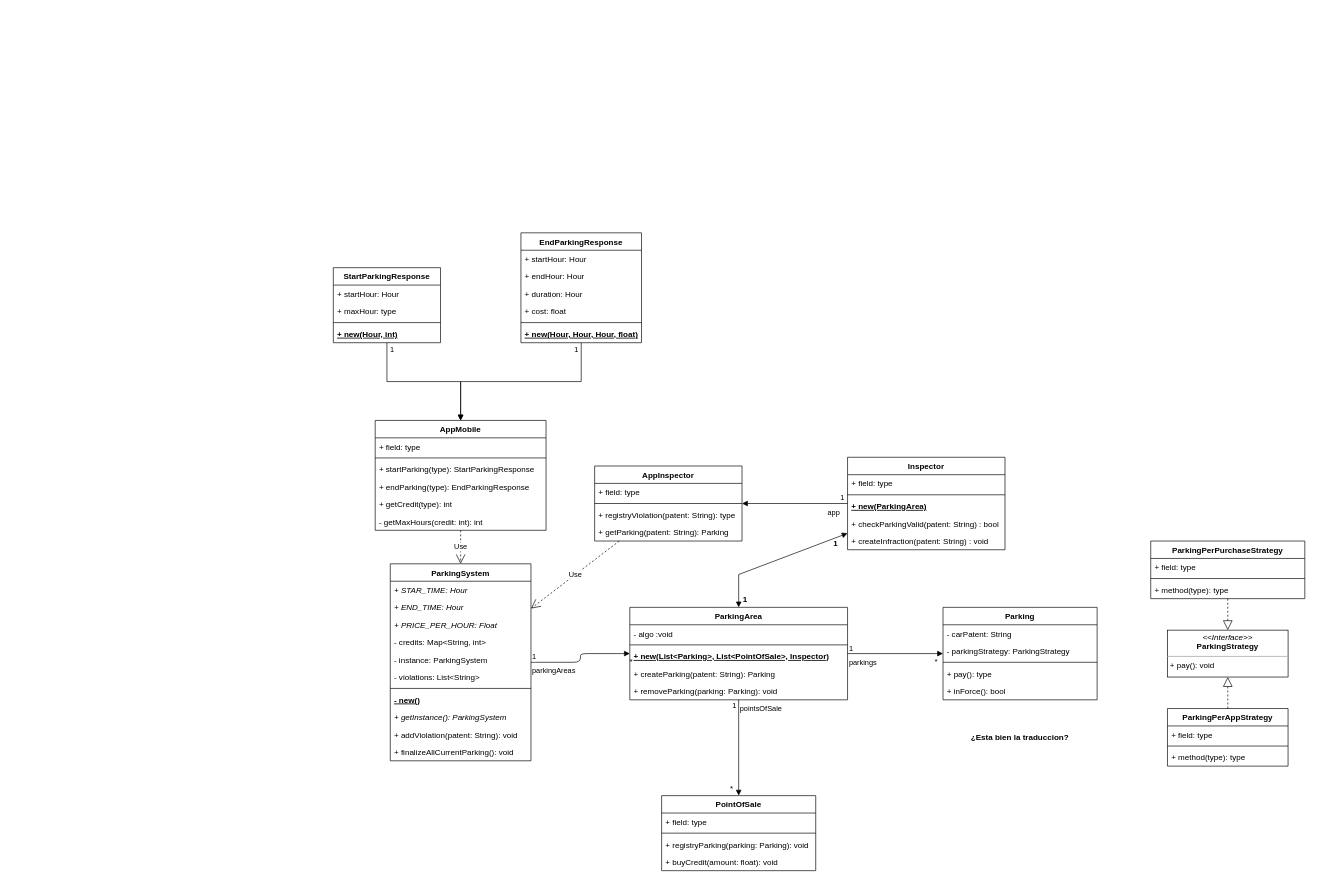
ramirez7358/tp-final-obj-2 keeps this draw.io diagram as tp-final.drawio. Above is the earlier version. Source tidied: cells renumbered, new cells numbered last; positions are measured from the earlier drawing's top-left corner, leaving out a move shared by most shapes. Both pictures are drawn from the tidied source at 67%, with x=0, y=0 at pixel (333, 232).
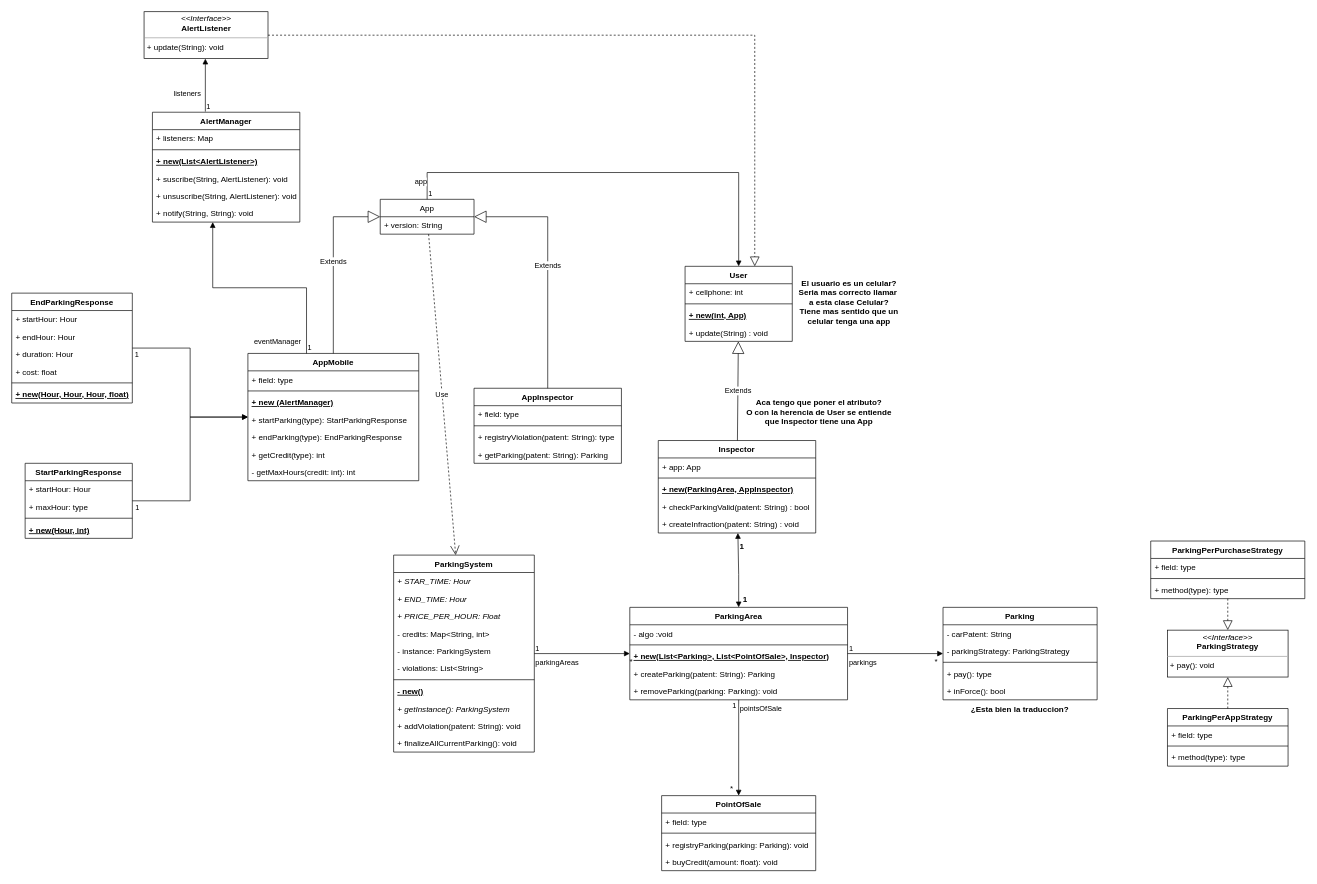
After the change.

Commit message:
SE AGREGA EL PUNTO DE ASISTENCIA AL USUARIO

Implemente el patron observer para las alertas de inicio y fin de estacionamiento. Deje algunas consultas como para despues discutirlas y tomar una decision. Tambien sigo teniendo algunas dudas con respecto a que flechas usar en algunas relaciones.

Unchanged cells that the change refers to:
```xml
<mxCell id="72" style="endArrow=block;endFill=1;html=1;edgeStyle=orthogonalEdgeStyle;align=left;verticalAlign=top;rounded=0;" parent="1" edge="1" source="63" target="51">
  <mxGeometry x="-0.9" y="-60" relative="1" as="geometry" />
</mxCell>
```

The edit, as a diff of the source:
```diff
@@
     <mxCell id="2" value="ParkingSystem" style="swimlane;fontStyle=1;align=center;verticalAlign=top;horizontal=1;startSize=26;" parent="1" vertex="1">
-      <mxGeometry x="85" y="494" width="210" height="294" as="geometry" />
+      <mxGeometry x="90" y="481" width="210" height="294" as="geometry" />
     </mxCell>
@@
     <mxCell id="51" value="AppMobile" style="swimlane;fontStyle=1;align=center;verticalAlign=top;horizontal=1;startSize=26;" parent="1" vertex="1">
-      <mxGeometry x="62.5" y="280" width="255" height="164" as="geometry" />
+      <mxGeometry x="-127.5" y="180" width="255" height="190" as="geometry" />
     </mxCell>
@@
+    <mxCell id="93" value="+ new (AlertManager)" style="text;strokeColor=none;fillColor=none;align=left;verticalAlign=top;spacingLeft=4;spacingRight=4;overflow=hidden;fontStyle=5;" parent="51" vertex="1">
+      <mxGeometry y="60" width="255" height="26" as="geometry" />
+    </mxCell>
     <mxCell id="54" value="+ startParking(type): StartParkingResponse" style="text;strokeColor=none;fillColor=none;align=left;verticalAlign=top;spacingLeft=4;spacingRight=4;overflow=hidden;" parent="51" vertex="1">
-      <mxGeometry y="60" width="255" height="26" as="geometry" />
+      <mxGeometry y="86" width="255" height="26" as="geometry" />
     </mxCell>
     <mxCell id="55" value="+ endParking(type): EndParkingResponse" style="text;strokeColor=none;fillColor=none;align=left;verticalAlign=top;spacingLeft=4;spacingRight=4;overflow=hidden;" parent="51" vertex="1">
-      <mxGeometry y="86" width="255" height="26" as="geometry" />
+      <mxGeometry y="112" width="255" height="26" as="geometry" />
     </mxCell>
     <mxCell id="56" value="+ getCredit(type): int" style="text;strokeColor=none;fillColor=none;align=left;verticalAlign=top;spacingLeft=4;spacingRight=4;overflow=hidden;" parent="51" vertex="1">
-      <mxGeometry y="112" width="255" height="26" as="geometry" />
+      <mxGeometry y="138" width="255" height="26" as="geometry" />
     </mxCell>
     <mxCell id="57" value="- getMaxHours(credit: int): int" style="text;strokeColor=none;fillColor=none;align=left;verticalAlign=top;spacingLeft=4;spacingRight=4;overflow=hidden;" parent="51" vertex="1">
-      <mxGeometry y="138" width="255" height="26" as="geometry" />
+      <mxGeometry y="164" width="255" height="26" as="geometry" />
     </mxCell>
     <mxCell id="58" value="StartParkingResponse" style="swimlane;fontStyle=1;align=center;verticalAlign=top;horizontal=1;startSize=26;" parent="1" vertex="1">
-      <mxGeometry y="52" width="160" height="112" as="geometry" />
+      <mxGeometry x="-460" y="344" width="160" height="112" as="geometry" />
     </mxCell>
@@
     <mxCell id="63" value="EndParkingResponse" style="swimlane;fontStyle=1;align=center;verticalAlign=top;horizontal=1;startSize=26;" parent="1" vertex="1">
-      <mxGeometry x="280" width="180" height="164" as="geometry" />
+      <mxGeometry x="-480" y="90" width="180" height="164" as="geometry" />
     </mxCell>
@@
     <mxCell id="73" value="1" style="edgeLabel;html=1;align=left;verticalAlign=bottom;" parent="72" vertex="1">
       <mxGeometry x="-1" relative="1" as="geometry">
-        <mxPoint x="-12" y="18" as="offset" />
+        <mxPoint x="2" y="18" as="offset" />
       </mxGeometry>
     </mxCell>
     <mxCell id="74" value="Inspector" style="swimlane;fontStyle=1;align=center;verticalAlign=top;horizontal=1;startSize=26;" parent="1" vertex="1">
-      <mxGeometry x="767.5" y="335" width="235" height="138" as="geometry" />
+      <mxGeometry x="485" y="310" width="235" height="138" as="geometry" />
     </mxCell>
-    <mxCell id="75" value="+ field: type" style="text;strokeColor=none;fillColor=none;align=left;verticalAlign=top;spacingLeft=4;spacingRight=4;overflow=hidden;" parent="74" vertex="1">
+    <mxCell id="75" value="+ app: App" style="text;strokeColor=none;fillColor=none;align=left;verticalAlign=top;spacingLeft=4;spacingRight=4;overflow=hidden;" parent="74" vertex="1">
       <mxGeometry y="26" width="235" height="26" as="geometry" />
     </mxCell>
@@
-    <mxCell id="77" value="+ new(ParkingArea)" style="text;strokeColor=none;fillColor=none;align=left;verticalAlign=top;spacingLeft=4;spacingRight=4;overflow=hidden;fontStyle=5;" parent="74" vertex="1">
+    <mxCell id="77" value="+ new(ParkingArea, AppInspector)" style="text;strokeColor=none;fillColor=none;align=left;verticalAlign=top;spacingLeft=4;spacingRight=4;overflow=hidden;fontStyle=5;" parent="74" vertex="1">
       <mxGeometry y="60" width="235" height="26" as="geometry" />
     </mxCell>
@@
-    <mxCell id="81" value="Use" style="endArrow=open;endSize=12;dashed=1;html=1;rounded=0;" parent="1" edge="1" source="51" target="2">
-      <mxGeometry relative="1" as="geometry" />
-    </mxCell>
     <mxCell id="82" value="1" style="text;align=center;fontStyle=1;verticalAlign=middle;spacingLeft=3;spacingRight=3;strokeColor=none;" parent="1" vertex="1">
-      <mxGeometry x="710" y="450" width="80" height="26" as="geometry" />
+      <mxGeometry x="570" y="455" width="80" height="26" as="geometry" />
     </mxCell>
@@
     <mxCell id="84" value="¿Esta bien la traduccion?" style="text;align=center;fontStyle=1;verticalAlign=middle;spacingLeft=3;spacingRight=3;strokeColor=none;" parent="1" vertex="1">
-      <mxGeometry x="985" y="740" width="80" height="26" as="geometry" />
+      <mxGeometry x="985" y="697" width="80" height="26" as="geometry" />
     </mxCell>
     <mxCell id="85" value="AppInspector" style="swimlane;fontStyle=1;align=center;verticalAlign=top;horizontal=1;startSize=26;" parent="1" vertex="1">
-      <mxGeometry x="390" y="348" width="220" height="112" as="geometry" />
+      <mxGeometry x="210" y="232" width="220" height="112" as="geometry" />
     </mxCell>
@@
-    <mxCell id="90" value="Use" style="endArrow=open;endSize=12;dashed=1;html=1;rounded=0;" parent="1" edge="1" source="85" target="2">
-      <mxGeometry relative="1" as="geometry" />
-    </mxCell>
+    <mxCell id="94" value="User" style="swimlane;fontStyle=1;align=center;verticalAlign=top;horizontal=1;startSize=26;" parent="1" vertex="1">
+      <mxGeometry x="525" y="50" width="160" height="112" as="geometry" />
+    </mxCell>
+    <mxCell id="95" value="+ cellphone: int" style="text;strokeColor=none;fillColor=none;align=left;verticalAlign=top;spacingLeft=4;spacingRight=4;overflow=hidden;" parent="94" vertex="1">
+      <mxGeometry y="26" width="160" height="26" as="geometry" />
+    </mxCell>
+    <mxCell id="96" style="line;strokeWidth=1;fillColor=none;align=left;verticalAlign=middle;spacingTop=-1;spacingLeft=3;spacingRight=3;labelPosition=right;" parent="94" vertex="1">
+      <mxGeometry y="52" width="160" height="8" as="geometry" />
+    </mxCell>
+    <mxCell id="97" value="+ new(int, App)" style="text;strokeColor=none;fillColor=none;align=left;verticalAlign=top;spacingLeft=4;spacingRight=4;overflow=hidden;fontStyle=5;" parent="94" vertex="1">
+      <mxGeometry y="60" width="160" height="26" as="geometry" />
+    </mxCell>
+    <mxCell id="98" value="+ update(String) : void" style="text;strokeColor=none;fillColor=none;align=left;verticalAlign=top;spacingLeft=4;spacingRight=4;overflow=hidden;fontStyle=0;" parent="94" vertex="1">
+      <mxGeometry y="86" width="160" height="26" as="geometry" />
+    </mxCell>
+    <mxCell id="99" value="App" style="swimlane;fontStyle=0;horizontal=1;startSize=26;fillColor=none;" parent="1" vertex="1">
+      <mxGeometry x="70" y="-50" width="140" height="52" as="geometry" />
+    </mxCell>
+    <mxCell id="100" value="+ version: String" style="text;strokeColor=none;fillColor=none;align=left;verticalAlign=top;spacingLeft=4;spacingRight=4;overflow=hidden;" parent="99" vertex="1">
+      <mxGeometry y="26" width="140" height="26" as="geometry" />
+    </mxCell>
+    <mxCell id="101" value="Extends" style="endArrow=block;endSize=16;endFill=0;html=1;rounded=0;" parent="1" edge="1" source="85" target="99">
+      <mxGeometry relative="1" as="geometry">
+        <Array as="points">
+          <mxPoint x="320" y="-24" />
+        </Array>
+      </mxGeometry>
+    </mxCell>
+    <mxCell id="102" value="Extends" style="endArrow=block;endSize=16;endFill=0;html=1;rounded=0;" parent="1" edge="1" source="51" target="99">
+      <mxGeometry relative="1" as="geometry">
+        <Array as="points">
+          <mxPoint y="-24" />
+        </Array>
+      </mxGeometry>
+    </mxCell>
-    <mxCell id="91" value="app" style="endArrow=block;endFill=1;html=1;edgeStyle=orthogonalEdgeStyle;align=left;verticalAlign=top;rounded=0;" parent="1" edge="1" source="74" target="85">
-      <mxGeometry x="-0.6" relative="1" as="geometry" />
+    <mxCell id="91" value="app" style="endArrow=block;endFill=1;html=1;edgeStyle=orthogonalEdgeStyle;align=left;verticalAlign=top;rounded=0;" parent="1" edge="1" source="99" target="94">
+      <mxGeometry x="-0.88" y="20" relative="1" as="geometry">
+        <Array as="points">
+          <mxPoint x="140" y="-90" />
+          <mxPoint x="605" y="-90" />
+        </Array>
+      </mxGeometry>
     </mxCell>
-    <mxCell id="92" value="1" style="edgeLabel;html=1;align=left;verticalAlign=bottom;" parent="91" vertex="1">
-      <mxGeometry x="-1" relative="1" as="geometry">
-        <mxPoint x="-13" as="offset" />
-      </mxGeometry>
-    </mxCell>
+    <mxCell id="103" value="1" style="edgeLabel;html=1;align=left;verticalAlign=bottom;" parent="91" vertex="1">
+      <mxGeometry x="-1" relative="1" as="geometry" />
+    </mxCell>
+    <mxCell id="104" value="Use" style="endArrow=open;endSize=12;dashed=1;html=1;rounded=0;" parent="1" edge="1" source="99" target="2">
+      <mxGeometry relative="1" as="geometry" />
+    </mxCell>
+    <mxCell id="105" value="Extends" style="endArrow=block;endSize=16;endFill=0;html=1;rounded=0;" parent="1" edge="1" source="74" target="94">
+      <mxGeometry relative="1" as="geometry" />
+    </mxCell>
+    <mxCell id="106" value="Aca tengo que poner el atributo? &#10;O con la herencia de User se entiende &#10;que Inspector tiene una App" style="text;align=center;fontStyle=1;verticalAlign=middle;spacingLeft=3;spacingRight=3;strokeColor=none;" parent="1" vertex="1">
+      <mxGeometry x="685" y="254" width="80" height="26" as="geometry" />
+    </mxCell>
+    <mxCell id="107" value="AlertManager" style="swimlane;fontStyle=1;align=center;verticalAlign=top;horizontal=1;startSize=26;" parent="1" vertex="1">
+      <mxGeometry x="-270" y="-180" width="220" height="164" as="geometry" />
+    </mxCell>
+    <mxCell id="108" value="+ listeners: Map" style="text;strokeColor=none;fillColor=none;align=left;verticalAlign=top;spacingLeft=4;spacingRight=4;overflow=hidden;" parent="107" vertex="1">
+      <mxGeometry y="26" width="220" height="26" as="geometry" />
+    </mxCell>
+    <mxCell id="109" style="line;strokeWidth=1;fillColor=none;align=left;verticalAlign=middle;spacingTop=-1;spacingLeft=3;spacingRight=3;labelPosition=right;" parent="107" vertex="1">
+      <mxGeometry y="52" width="220" height="8" as="geometry" />
+    </mxCell>
+    <mxCell id="110" value="+ new(List&lt;AlertListener&gt;)" style="text;strokeColor=none;fillColor=none;align=left;verticalAlign=top;spacingLeft=4;spacingRight=4;overflow=hidden;fontStyle=5;" parent="107" vertex="1">
+      <mxGeometry y="60" width="220" height="26" as="geometry" />
+    </mxCell>
+    <mxCell id="111" value="+ suscribe(String, AlertListener): void" style="text;strokeColor=none;fillColor=none;align=left;verticalAlign=top;spacingLeft=4;spacingRight=4;overflow=hidden;" parent="107" vertex="1">
+      <mxGeometry y="86" width="220" height="26" as="geometry" />
+    </mxCell>
+    <mxCell id="112" value="+ unsuscribe(String, AlertListener): void" style="text;strokeColor=none;fillColor=none;align=left;verticalAlign=top;spacingLeft=4;spacingRight=4;overflow=hidden;" parent="107" vertex="1">
+      <mxGeometry y="112" width="220" height="26" as="geometry" />
+    </mxCell>
+    <mxCell id="113" value="+ notify(String, String): void" style="text;strokeColor=none;fillColor=none;align=left;verticalAlign=top;spacingLeft=4;spacingRight=4;overflow=hidden;" parent="107" vertex="1">
+      <mxGeometry y="138" width="220" height="26" as="geometry" />
+    </mxCell>
+    <mxCell id="114" value="&lt;p style=&quot;margin: 0px ; margin-top: 4px ; text-align: center&quot;&gt;&lt;i&gt;&amp;lt;&amp;lt;Interface&amp;gt;&amp;gt;&lt;/i&gt;&lt;br&gt;&lt;b&gt;AlertListener&lt;/b&gt;&lt;/p&gt;&lt;hr size=&quot;1&quot;&gt;&lt;p style=&quot;margin: 0px ; margin-left: 4px&quot;&gt;&lt;/p&gt;&lt;p style=&quot;margin: 0px ; margin-left: 4px&quot;&gt;+ update(String): void&lt;br&gt;&lt;/p&gt;" style="verticalAlign=top;align=left;overflow=fill;fontSize=12;fontFamily=Helvetica;html=1;" parent="1" vertex="1">
+      <mxGeometry x="-282.5" y="-330" width="185" height="70" as="geometry" />
+    </mxCell>
+    <mxCell id="115" value="listeners" style="endArrow=block;endFill=1;html=1;edgeStyle=orthogonalEdgeStyle;align=left;verticalAlign=top;rounded=0;" parent="1" edge="1">
+      <mxGeometry x="-0.01" y="49" relative="1" as="geometry">
+        <mxPoint x="-191" y="-181" as="sourcePoint" />
+        <mxPoint x="-191" y="-260" as="targetPoint" />
+      </mxGeometry>
+    </mxCell>
+    <mxCell id="116" value="1" style="edgeLabel;html=1;align=left;verticalAlign=bottom;" parent="115" vertex="1">
+      <mxGeometry x="-1" relative="1" as="geometry" />
+    </mxCell>
+    <mxCell id="117" value="eventManager" style="endArrow=block;endFill=1;html=1;edgeStyle=orthogonalEdgeStyle;align=left;verticalAlign=top;rounded=0;" parent="1" edge="1" source="51" target="107">
+      <mxGeometry x="0.06" y="68" relative="1" as="geometry">
+        <Array as="points">
+          <mxPoint x="-40" y="82" />
+          <mxPoint x="-180" y="82" />
+        </Array>
+      </mxGeometry>
+    </mxCell>
+    <mxCell id="118" value="1" style="edgeLabel;html=1;align=left;verticalAlign=bottom;" parent="117" vertex="1">
+      <mxGeometry x="-1" relative="1" as="geometry" />
+    </mxCell>
+    <mxCell id="119" style="endArrow=block;dashed=1;endFill=0;endSize=12;html=1;rounded=0;" parent="1" edge="1" source="114">
+      <mxGeometry relative="1" as="geometry">
+        <mxPoint x="629" y="50" as="targetPoint" />
+        <Array as="points">
+          <mxPoint x="629" y="-295" />
+        </Array>
+      </mxGeometry>
+    </mxCell>
+    <mxCell id="120" value="El usuario es un celular?&#10;Seria mas correcto llamar &#10;a esta clase Celular?&#10;Tiene mas sentido que un&#10;celular tenga una app" style="text;align=center;fontStyle=1;verticalAlign=middle;spacingLeft=3;spacingRight=3;strokeColor=none;" parent="1" vertex="1">
+      <mxGeometry x="730" y="90" width="80" height="26" as="geometry" />
+    </mxCell>
```
